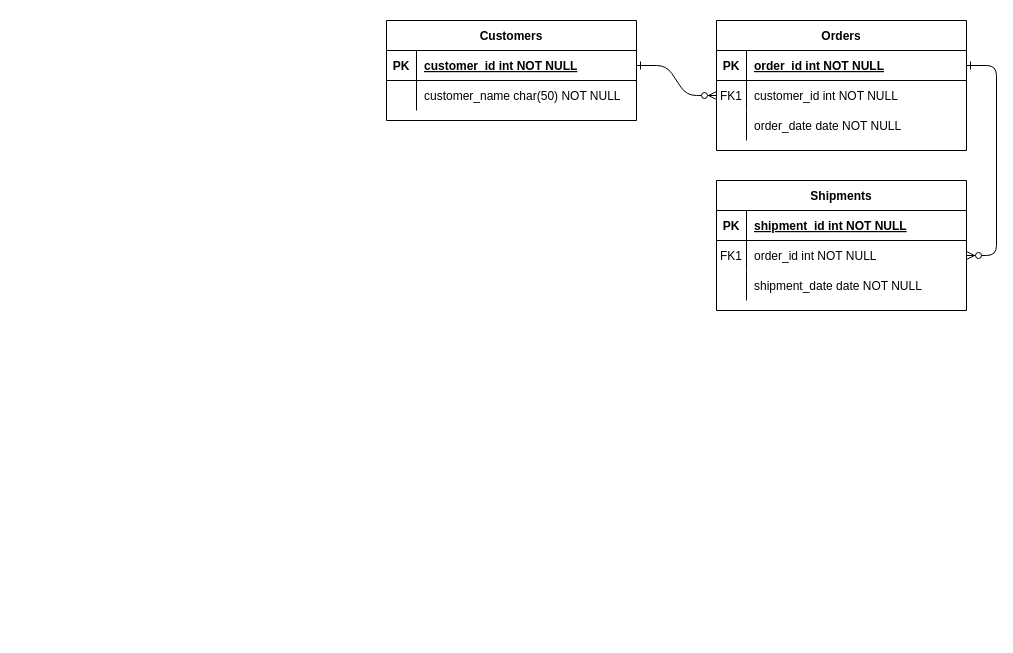
FSALVA157/EsquemasER keeps this draw.io diagram as Cuerpo Penitenciario.drawio. Above is the earlier version. Source tidied: cells renumbered, new cells numbered last; positions are measured from the earlier drawing's top-left corner, leaving out a move shared by most shapes. Both pictures are drawn from the tidied source at 100%, with x=0, y=0 at pixel (386, 20).
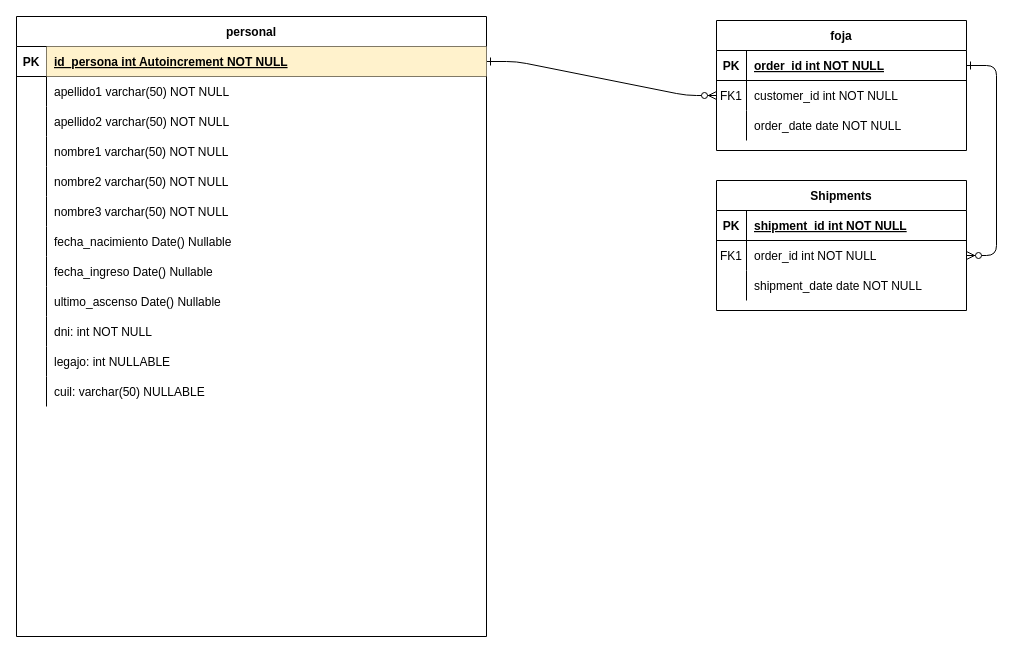
The same diagram, later.

Diff of the diagram source:
```diff
@@
-    <mxCell id="4" value="Orders" style="shape=table;startSize=30;childLayout=tableLayout;rowLines=0;fontStyle=1;align=center;" parent="1" vertex="1">
+    <mxCell id="4" value="foja" style="shape=table;startSize=30;childLayout=tableLayout;rowLines=0;fontStyle=1;align=center;" parent="1" vertex="1">
       <mxGeometry x="330" width="250" height="130" as="geometry" />
     </mxCell>
@@
-    <mxCell id="24" value="Customers" style="shape=table;startSize=30;childLayout=tableLayout;rowLines=0;fontStyle=1;align=center;" parent="1" vertex="1">
-      <mxGeometry width="250" height="100" as="geometry" />
+    <mxCell id="24" value="personal" style="shape=table;startSize=30;childLayout=tableLayout;rowLines=0;fontStyle=1;align=center;" parent="1" vertex="1">
+      <mxGeometry x="-370" y="-4" width="470" height="620" as="geometry" />
     </mxCell>
     <mxCell id="25" style="shape=partialRectangle;fillColor=none;points=[[0,0.5],[1,0.5]];portConstraint=eastwest;top=0;left=0;right=0;bottom=1;" parent="24" vertex="1">
-      <mxGeometry y="30" width="250" height="30" as="geometry" />
+      <mxGeometry y="30" width="470" height="30" as="geometry" />
     </mxCell>
@@
-    <mxCell id="27" value="customer_id int NOT NULL " style="shape=partialRectangle;overflow=hidden;fillColor=none;top=0;left=0;bottom=0;right=0;align=left;spacingLeft=6;fontStyle=5;" parent="25" vertex="1">
-      <mxGeometry x="30" width="220" height="30" as="geometry" />
+    <mxCell id="27" value="id_persona int Autoincrement NOT NULL " style="shape=partialRectangle;overflow=hidden;fillColor=#fff2cc;top=0;left=0;bottom=0;right=0;align=left;spacingLeft=6;fontStyle=5;strokeColor=#d6b656;" parent="25" vertex="1">
+      <mxGeometry x="30" width="440" height="30" as="geometry" />
     </mxCell>
     <mxCell id="28" style="shape=partialRectangle;fillColor=none;top=0;left=0;right=0;bottom=0;" parent="24" vertex="1">
-      <mxGeometry y="60" width="250" height="30" as="geometry" />
+      <mxGeometry y="60" width="470" height="30" as="geometry" />
     </mxCell>
@@
-    <mxCell id="30" value="customer_name char(50) NOT NULL" style="shape=partialRectangle;overflow=hidden;fillColor=none;top=0;left=0;bottom=0;right=0;align=left;spacingLeft=6;" parent="28" vertex="1">
-      <mxGeometry x="30" width="220" height="30" as="geometry" />
+    <mxCell id="30" value="apellido1 varchar(50) NOT NULL" style="shape=partialRectangle;overflow=hidden;top=0;left=0;bottom=0;right=0;align=left;spacingLeft=6;perimeterSpacing=0;strokeWidth=1;opacity=0;labelBorderColor=none;fillColor=none;" parent="28" vertex="1">
+      <mxGeometry x="30" width="440" height="30" as="geometry" />
     </mxCell>
+    <mxCell id="31" style="shape=partialRectangle;fillColor=none;top=0;left=0;right=0;bottom=0;" parent="24" vertex="1">
+      <mxGeometry y="90" width="470" height="30" as="geometry" />
+    </mxCell>
+    <mxCell id="32" style="shape=partialRectangle;overflow=hidden;fillColor=none;top=0;left=0;bottom=0;right=0;" parent="31" vertex="1">
+      <mxGeometry width="30" height="30" as="geometry" />
+    </mxCell>
+    <mxCell id="33" value="apellido2 varchar(50) NOT NULL" style="shape=partialRectangle;overflow=hidden;top=0;left=0;bottom=0;right=0;align=left;spacingLeft=6;perimeterSpacing=0;strokeWidth=1;opacity=0;labelBorderColor=none;fillColor=none;" parent="31" vertex="1">
+      <mxGeometry x="30" width="440" height="30" as="geometry" />
+    </mxCell>
+    <mxCell id="34" style="shape=partialRectangle;fillColor=none;top=0;left=0;right=0;bottom=0;" parent="24" vertex="1">
+      <mxGeometry y="120" width="470" height="30" as="geometry" />
+    </mxCell>
+    <mxCell id="35" style="shape=partialRectangle;overflow=hidden;fillColor=none;top=0;left=0;bottom=0;right=0;" parent="34" vertex="1">
+      <mxGeometry width="30" height="30" as="geometry" />
+    </mxCell>
+    <mxCell id="36" value="nombre1 varchar(50) NOT NULL" style="shape=partialRectangle;overflow=hidden;top=0;left=0;bottom=0;right=0;align=left;spacingLeft=6;perimeterSpacing=0;strokeWidth=1;opacity=0;labelBorderColor=none;fillColor=none;" parent="34" vertex="1">
+      <mxGeometry x="30" width="440" height="30" as="geometry" />
+    </mxCell>
+    <mxCell id="37" style="shape=partialRectangle;fillColor=none;top=0;left=0;right=0;bottom=0;" parent="24" vertex="1">
+      <mxGeometry y="150" width="470" height="30" as="geometry" />
+    </mxCell>
+    <mxCell id="38" style="shape=partialRectangle;overflow=hidden;fillColor=none;top=0;left=0;bottom=0;right=0;" parent="37" vertex="1">
+      <mxGeometry width="30" height="30" as="geometry" />
+    </mxCell>
+    <mxCell id="39" value="nombre2 varchar(50) NOT NULL" style="shape=partialRectangle;overflow=hidden;top=0;left=0;bottom=0;right=0;align=left;spacingLeft=6;perimeterSpacing=0;strokeWidth=1;opacity=0;labelBorderColor=none;fillColor=none;" parent="37" vertex="1">
+      <mxGeometry x="30" width="440" height="30" as="geometry" />
+    </mxCell>
+    <mxCell id="40" style="shape=partialRectangle;fillColor=none;top=0;left=0;right=0;bottom=0;" parent="24" vertex="1">
+      <mxGeometry y="180" width="470" height="30" as="geometry" />
+    </mxCell>
+    <mxCell id="41" style="shape=partialRectangle;overflow=hidden;fillColor=none;top=0;left=0;bottom=0;right=0;" parent="40" vertex="1">
+      <mxGeometry width="30" height="30" as="geometry" />
+    </mxCell>
+    <mxCell id="42" value="nombre3 varchar(50) NOT NULL" style="shape=partialRectangle;overflow=hidden;top=0;left=0;bottom=0;right=0;align=left;spacingLeft=6;perimeterSpacing=0;strokeWidth=1;opacity=0;labelBorderColor=none;fillColor=none;" parent="40" vertex="1">
+      <mxGeometry x="30" width="440" height="30" as="geometry" />
+    </mxCell>
+    <mxCell id="43" style="shape=partialRectangle;fillColor=none;top=0;left=0;right=0;bottom=0;" parent="24" vertex="1">
+      <mxGeometry y="210" width="470" height="30" as="geometry" />
+    </mxCell>
+    <mxCell id="44" style="shape=partialRectangle;overflow=hidden;fillColor=none;top=0;left=0;bottom=0;right=0;" parent="43" vertex="1">
+      <mxGeometry width="30" height="30" as="geometry" />
+    </mxCell>
+    <mxCell id="45" value="fecha_nacimiento Date() Nullable" style="shape=partialRectangle;overflow=hidden;top=0;left=0;bottom=0;right=0;align=left;spacingLeft=6;perimeterSpacing=0;strokeWidth=1;opacity=0;labelBorderColor=none;fillColor=none;" parent="43" vertex="1">
+      <mxGeometry x="30" width="440" height="30" as="geometry" />
+    </mxCell>
+    <mxCell id="46" style="shape=partialRectangle;fillColor=none;top=0;left=0;right=0;bottom=0;" parent="24" vertex="1">
+      <mxGeometry y="240" width="470" height="30" as="geometry" />
+    </mxCell>
+    <mxCell id="47" style="shape=partialRectangle;overflow=hidden;fillColor=none;top=0;left=0;bottom=0;right=0;" parent="46" vertex="1">
+      <mxGeometry width="30" height="30" as="geometry" />
+    </mxCell>
+    <mxCell id="48" value="fecha_ingreso Date() Nullable" style="shape=partialRectangle;overflow=hidden;top=0;left=0;bottom=0;right=0;align=left;spacingLeft=6;perimeterSpacing=0;strokeWidth=1;opacity=0;labelBorderColor=none;fillColor=none;" parent="46" vertex="1">
+      <mxGeometry x="30" width="440" height="30" as="geometry" />
+    </mxCell>
+    <mxCell id="49" style="shape=partialRectangle;fillColor=none;top=0;left=0;right=0;bottom=0;" parent="24" vertex="1">
+      <mxGeometry y="270" width="470" height="30" as="geometry" />
+    </mxCell>
+    <mxCell id="50" style="shape=partialRectangle;overflow=hidden;fillColor=none;top=0;left=0;bottom=0;right=0;" parent="49" vertex="1">
+      <mxGeometry width="30" height="30" as="geometry" />
+    </mxCell>
+    <mxCell id="51" value="ultimo_ascenso Date() Nullable" style="shape=partialRectangle;overflow=hidden;top=0;left=0;bottom=0;right=0;align=left;spacingLeft=6;perimeterSpacing=0;strokeWidth=1;opacity=0;labelBorderColor=none;fillColor=none;" parent="49" vertex="1">
+      <mxGeometry x="30" width="440" height="30" as="geometry" />
+    </mxCell>
+    <mxCell id="52" style="shape=partialRectangle;fillColor=none;top=0;left=0;right=0;bottom=0;" parent="24" vertex="1">
+      <mxGeometry y="300" width="470" height="30" as="geometry" />
+    </mxCell>
+    <mxCell id="53" style="shape=partialRectangle;overflow=hidden;fillColor=none;top=0;left=0;bottom=0;right=0;" parent="52" vertex="1">
+      <mxGeometry width="30" height="30" as="geometry" />
+    </mxCell>
+    <mxCell id="54" value="dni: int NOT NULL" style="shape=partialRectangle;overflow=hidden;top=0;left=0;bottom=0;right=0;align=left;spacingLeft=6;perimeterSpacing=0;strokeWidth=1;opacity=0;labelBorderColor=none;fillColor=none;" parent="52" vertex="1">
+      <mxGeometry x="30" width="440" height="30" as="geometry" />
+    </mxCell>
+    <mxCell id="55" style="shape=partialRectangle;fillColor=none;top=0;left=0;right=0;bottom=0;" parent="24" vertex="1">
+      <mxGeometry y="330" width="470" height="30" as="geometry" />
+    </mxCell>
+    <mxCell id="56" style="shape=partialRectangle;overflow=hidden;fillColor=none;top=0;left=0;bottom=0;right=0;" parent="55" vertex="1">
+      <mxGeometry width="30" height="30" as="geometry" />
+    </mxCell>
+    <mxCell id="57" value="legajo: int NULLABLE" style="shape=partialRectangle;overflow=hidden;top=0;left=0;bottom=0;right=0;align=left;spacingLeft=6;perimeterSpacing=0;strokeWidth=1;opacity=0;labelBorderColor=none;fillColor=none;" parent="55" vertex="1">
+      <mxGeometry x="30" width="440" height="30" as="geometry" />
+    </mxCell>
+    <mxCell id="58" style="shape=partialRectangle;fillColor=none;top=0;left=0;right=0;bottom=0;" parent="24" vertex="1">
+      <mxGeometry y="360" width="470" height="30" as="geometry" />
+    </mxCell>
+    <mxCell id="59" style="shape=partialRectangle;overflow=hidden;fillColor=none;top=0;left=0;bottom=0;right=0;" parent="58" vertex="1">
+      <mxGeometry width="30" height="30" as="geometry" />
+    </mxCell>
+    <mxCell id="60" value="cuil: varchar(50) NULLABLE" style="shape=partialRectangle;overflow=hidden;top=0;left=0;bottom=0;right=0;align=left;spacingLeft=6;perimeterSpacing=0;strokeWidth=1;opacity=0;labelBorderColor=none;fillColor=none;" parent="58" vertex="1">
+      <mxGeometry x="30" width="440" height="30" as="geometry" />
+    </mxCell>
```
